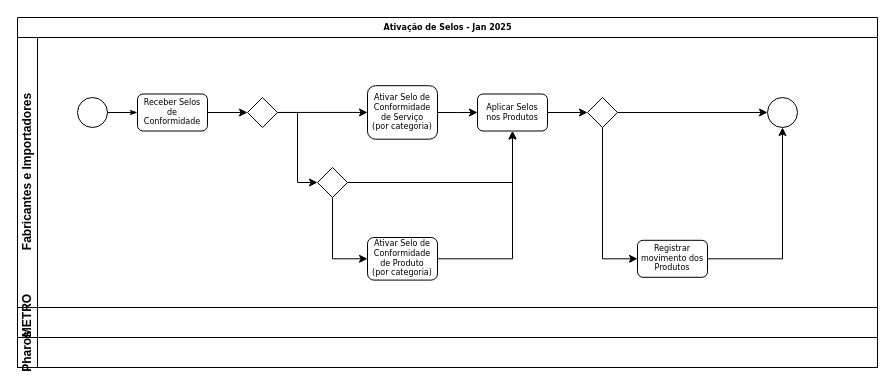
This is Ativação do Selo.drawio from pharos2018/pharos, a draw.io file, before an edit. Source tidied: cells renumbered, new cells numbered last; positions are measured from the earlier drawing's top-left corner, leaving out a move shared by most shapes. Both pictures are drawn from the tidied source at 100%, with x=0, y=0 at pixel (17, 17).
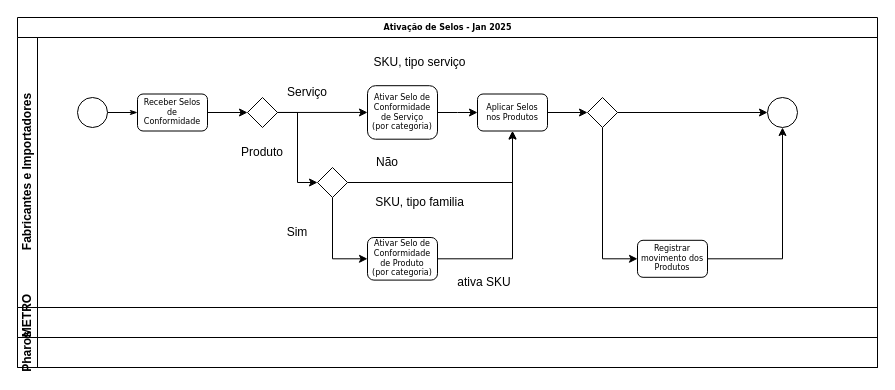
The same diagram, later.

The change refers to these unchanged cells:
```xml
<mxCell id="3" value="Fabricantes e Importadores" style="swimlane;html=1;startSize=20;horizontal=0;" parent="2" vertex="1">
  <mxGeometry y="20" width="860" height="270" as="geometry" />
</mxCell>
```

What changed in the source:
```diff
@@
+    <mxCell id="28" value="Serviço" style="text;html=1;align=center;verticalAlign=middle;whiteSpace=wrap;rounded=0;" parent="3" vertex="1">
+      <mxGeometry x="260" y="40" width="60" height="30" as="geometry" />
+    </mxCell>
+    <mxCell id="29" value="Produto" style="text;html=1;align=center;verticalAlign=middle;whiteSpace=wrap;rounded=0;" parent="3" vertex="1">
+      <mxGeometry x="215" y="100" width="60" height="30" as="geometry" />
+    </mxCell>
+    <mxCell id="30" value="Não" style="text;html=1;align=center;verticalAlign=middle;whiteSpace=wrap;rounded=0;" parent="3" vertex="1">
+      <mxGeometry x="340" y="110" width="60" height="30" as="geometry" />
+    </mxCell>
+    <mxCell id="31" value="Sim" style="text;html=1;align=center;verticalAlign=middle;whiteSpace=wrap;rounded=0;" parent="3" vertex="1">
+      <mxGeometry x="250" y="180" width="60" height="30" as="geometry" />
+    </mxCell>
+    <mxCell id="32" value="SKU, tipo familia" style="text;html=1;align=center;verticalAlign=middle;whiteSpace=wrap;rounded=0;" parent="3" vertex="1">
+      <mxGeometry x="340" y="150" width="125" height="30" as="geometry" />
+    </mxCell>
+    <mxCell id="33" value="ativa SKU" style="text;html=1;align=center;verticalAlign=middle;whiteSpace=wrap;rounded=0;" parent="3" vertex="1">
+      <mxGeometry x="432.5" y="230" width="67.5" height="30" as="geometry" />
+    </mxCell>
+    <mxCell id="34" value="SKU, tipo serviço" style="text;html=1;align=center;verticalAlign=middle;whiteSpace=wrap;rounded=0;" parent="3" vertex="1">
+      <mxGeometry x="340" y="10" width="125" height="30" as="geometry" />
+    </mxCell>
```
